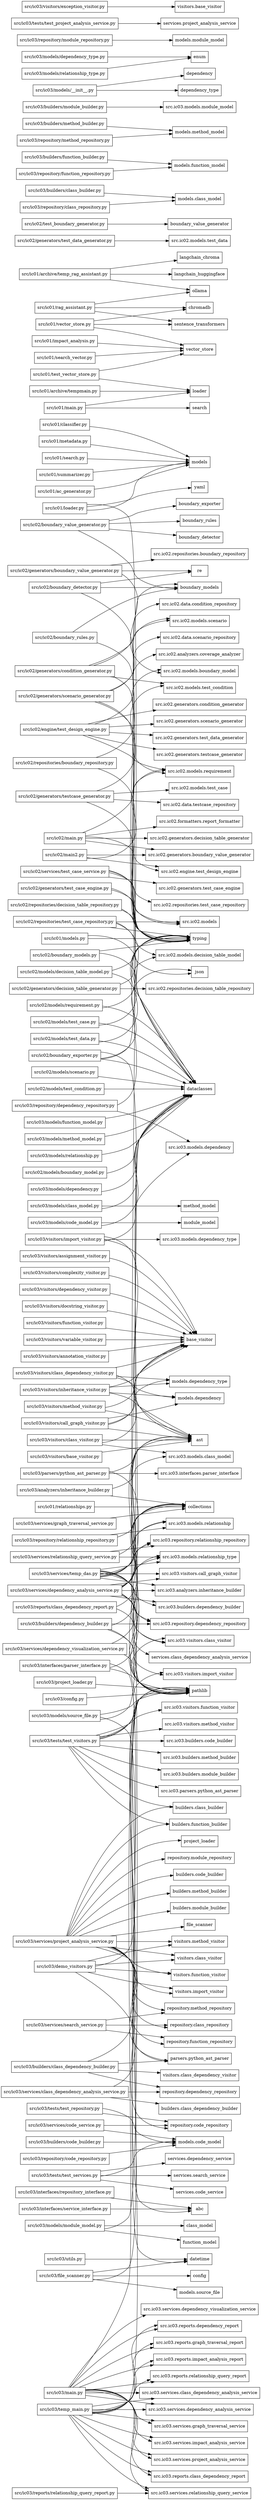
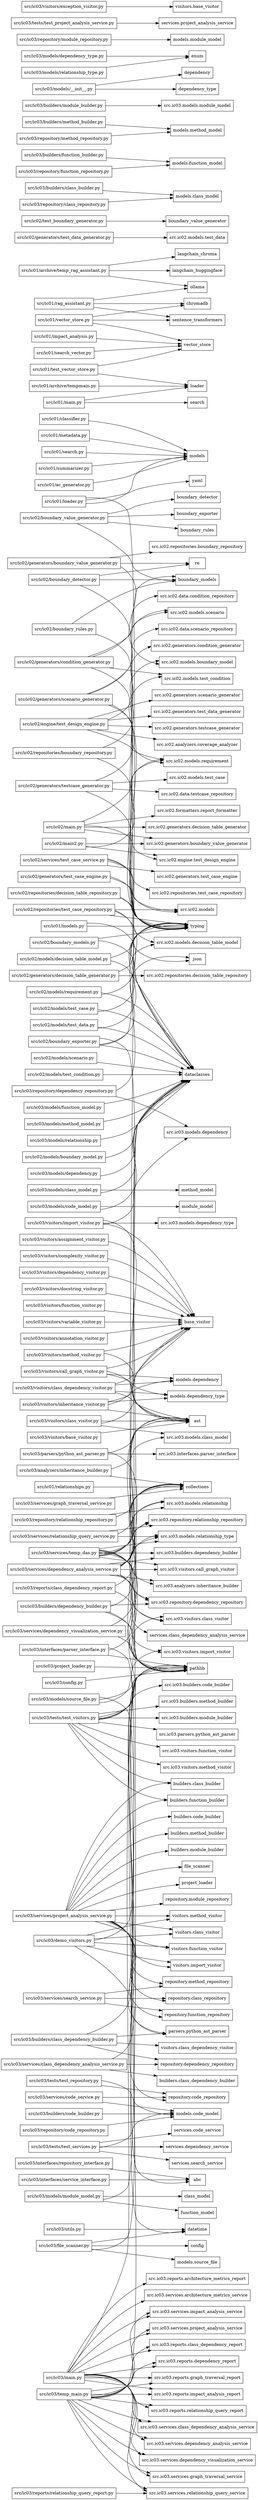
digraph "Module Dependency Graph" {
    rankdir=LR;
    node [shape=box];

    "src/ic01/ac_generator.py" -> "models";
    "src/ic01/archive/temp_rag_assistant.py" -> "langchain_chroma";
    "src/ic01/archive/temp_rag_assistant.py" -> "langchain_huggingface";
    "src/ic01/archive/temp_rag_assistant.py" -> "ollama";
    "src/ic01/archive/tempmain.py" -> "loader";
    "src/ic01/classifier.py" -> "models";
    "src/ic01/impact_analysis.py" -> "vector_store";
    "src/ic01/loader.py" -> "models";
    "src/ic01/loader.py" -> "pathlib";
    "src/ic01/loader.py" -> "yaml";
    "src/ic01/main.py" -> "loader";
    "src/ic01/main.py" -> "search";
    "src/ic01/metadata.py" -> "models";
    "src/ic01/models.py" -> "dataclasses";
    "src/ic01/models.py" -> "typing";
    "src/ic01/rag_assistant.py" -> "chromadb";
    "src/ic01/rag_assistant.py" -> "ollama";
    "src/ic01/rag_assistant.py" -> "sentence_transformers";
    "src/ic01/relationships.py" -> "collections";
    "src/ic01/search.py" -> "models";
    "src/ic01/search_vector.py" -> "vector_store";
    "src/ic01/summarizer.py" -> "models";
    "src/ic01/test_vector_store.py" -> "loader";
    "src/ic01/test_vector_store.py" -> "vector_store";
    "src/ic01/vector_store.py" -> "chromadb";
    "src/ic01/vector_store.py" -> "sentence_transformers";
    "src/ic01/vector_store.py" -> "vector_store";
    "src/ic02/boundary_detector.py" -> "boundary_models";
    "src/ic02/boundary_detector.py" -> "re";
    "src/ic02/boundary_detector.py" -> "typing";
    "src/ic02/boundary_exporter.py" -> "boundary_models";
    "src/ic02/boundary_exporter.py" -> "dataclasses";
    "src/ic02/boundary_exporter.py" -> "json";
    "src/ic02/boundary_exporter.py" -> "pathlib";
    "src/ic02/boundary_models.py" -> "dataclasses";
    "src/ic02/boundary_models.py" -> "typing";
    "src/ic02/boundary_rules.py" -> "boundary_models";
    "src/ic02/boundary_rules.py" -> "typing";
    "src/ic02/boundary_value_generator.py" -> "boundary_detector";
    "src/ic02/boundary_value_generator.py" -> "boundary_exporter";
    "src/ic02/boundary_value_generator.py" -> "boundary_models";
    "src/ic02/boundary_value_generator.py" -> "boundary_rules";
    "src/ic02/engine/test_design_engine.py" -> "src.ic02.analyzers.coverage_analyzer";
    "src/ic02/engine/test_design_engine.py" -> "src.ic02.generators.condition_generator";
    "src/ic02/engine/test_design_engine.py" -> "src.ic02.generators.scenario_generator";
    "src/ic02/engine/test_design_engine.py" -> "src.ic02.generators.test_data_generator";
    "src/ic02/engine/test_design_engine.py" -> "src.ic02.generators.testcase_generator";
    "src/ic02/engine/test_design_engine.py" -> "src.ic02.models.requirement";
    "src/ic02/generators/boundary_value_generator.py" -> "re";
    "src/ic02/generators/boundary_value_generator.py" -> "src.ic02.models.boundary_model";
    "src/ic02/generators/boundary_value_generator.py" -> "src.ic02.repositories.boundary_repository";
    "src/ic02/generators/condition_generator.py" -> "src.ic02.data.condition_repository";
    "src/ic02/generators/condition_generator.py" -> "src.ic02.models.scenario";
    "src/ic02/generators/condition_generator.py" -> "src.ic02.models.test_condition";
    "src/ic02/generators/condition_generator.py" -> "typing";
    "src/ic02/generators/decision_table_generator.py" -> "src.ic02.models.decision_table_model";
    "src/ic02/generators/decision_table_generator.py" -> "src.ic02.repositories.decision_table_repository";
    "src/ic02/generators/scenario_generator.py" -> "src.ic02.data.scenario_repository";
    "src/ic02/generators/scenario_generator.py" -> "src.ic02.models.requirement";
    "src/ic02/generators/scenario_generator.py" -> "src.ic02.models.scenario";
    "src/ic02/generators/scenario_generator.py" -> "typing";
    "src/ic02/generators/test_case_engine.py" -> "src.ic02.models";
    "src/ic02/generators/test_case_engine.py" -> "typing";
    "src/ic02/generators/test_data_generator.py" -> "src.ic02.models.test_data";
    "src/ic02/generators/testcase_generator.py" -> "src.ic02.data.testcase_repository";
    "src/ic02/generators/testcase_generator.py" -> "src.ic02.models.test_case";
    "src/ic02/generators/testcase_generator.py" -> "src.ic02.models.test_condition";
    "src/ic02/generators/testcase_generator.py" -> "typing";
    "src/ic02/main.py" -> "src.ic02.engine.test_design_engine";
    "src/ic02/main.py" -> "src.ic02.formatters.report_formatter";
    "src/ic02/main.py" -> "src.ic02.generators.boundary_value_generator";
    "src/ic02/main.py" -> "src.ic02.generators.decision_table_generator";
    "src/ic02/main.py" -> "src.ic02.models.requirement";
    "src/ic02/main2.py" -> "src.ic02.engine.test_design_engine";
    "src/ic02/main2.py" -> "src.ic02.generators.boundary_value_generator";
    "src/ic02/main2.py" -> "src.ic02.models.requirement";
    "src/ic02/models/boundary_model.py" -> "dataclasses";
    "src/ic02/models/decision_table_model.py" -> "dataclasses";
    "src/ic02/models/decision_table_model.py" -> "typing";
    "src/ic02/models/requirement.py" -> "dataclasses";
    "src/ic02/models/requirement.py" -> "typing";
    "src/ic02/models/scenario.py" -> "dataclasses";
    "src/ic02/models/test_case.py" -> "dataclasses";
    "src/ic02/models/test_case.py" -> "typing";
    "src/ic02/models/test_condition.py" -> "dataclasses";
    "src/ic02/models/test_data.py" -> "dataclasses";
    "src/ic02/models/test_data.py" -> "typing";
    "src/ic02/repositories/boundary_repository.py" -> "src.ic02.models.boundary_model";
    "src/ic02/repositories/boundary_repository.py" -> "typing";
    "src/ic02/repositories/decision_table_repository.py" -> "src.ic02.models.decision_table_model";
    "src/ic02/repositories/decision_table_repository.py" -> "typing";
    "src/ic02/repositories/test_case_repository.py" -> "dataclasses";
    "src/ic02/repositories/test_case_repository.py" -> "json";
    "src/ic02/repositories/test_case_repository.py" -> "src.ic02.models";
    "src/ic02/repositories/test_case_repository.py" -> "typing";
    "src/ic02/services/test_case_service.py" -> "src.ic02.generators.test_case_engine";
    "src/ic02/services/test_case_service.py" -> "src.ic02.models";
    "src/ic02/services/test_case_service.py" -> "src.ic02.repositories.test_case_repository";
    "src/ic02/services/test_case_service.py" -> "typing";
    "src/ic02/test_boundary_generator.py" -> "boundary_value_generator";
    "src/ic03/analyzers/inheritance_builder.py" -> "collections";
    "src/ic03/analyzers/inheritance_builder.py" -> "src.ic03.models.class_model";
    "src/ic03/builders/class_builder.py" -> "models.class_model";
    "src/ic03/builders/class_dependency_builder.py" -> "parsers.python_ast_parser";
    "src/ic03/builders/class_dependency_builder.py" -> "pathlib";
    "src/ic03/builders/class_dependency_builder.py" -> "repository.dependency_repository";
    "src/ic03/builders/class_dependency_builder.py" -> "visitors.class_dependency_visitor";
    "src/ic03/builders/code_builder.py" -> "models.code_model";
    "src/ic03/builders/dependency_builder.py" -> "ast";
    "src/ic03/builders/dependency_builder.py" -> "pathlib";
    "src/ic03/builders/dependency_builder.py" -> "src.ic03.repository.dependency_repository";
    "src/ic03/builders/dependency_builder.py" -> "src.ic03.visitors.import_visitor";
    "src/ic03/builders/function_builder.py" -> "models.function_model";
    "src/ic03/builders/method_builder.py" -> "models.method_model";
    "src/ic03/builders/module_builder.py" -> "src.ic03.models.module_model";
    "src/ic03/config.py" -> "pathlib";
    "src/ic03/demo_visitors.py" -> "parsers.python_ast_parser";
    "src/ic03/demo_visitors.py" -> "pathlib";
    "src/ic03/demo_visitors.py" -> "visitors.class_visitor";
    "src/ic03/demo_visitors.py" -> "visitors.function_visitor";
    "src/ic03/demo_visitors.py" -> "visitors.import_visitor";
    "src/ic03/demo_visitors.py" -> "visitors.method_visitor";
    "src/ic03/file_scanner.py" -> "config";
    "src/ic03/file_scanner.py" -> "datetime";
    "src/ic03/file_scanner.py" -> "models.source_file";
    "src/ic03/file_scanner.py" -> "pathlib";
    "src/ic03/interfaces/parser_interface.py" -> "abc";
    "src/ic03/interfaces/parser_interface.py" -> "ast";
    "src/ic03/interfaces/parser_interface.py" -> "pathlib";
    "src/ic03/interfaces/repository_interface.py" -> "abc";
    "src/ic03/interfaces/service_interface.py" -> "abc";
    "src/ic03/main.py" -> "pathlib";
+     "src/ic03/main.py" -> "src.ic03.reports.architecture_metrics_report";
    "src/ic03/main.py" -> "src.ic03.reports.class_dependency_report";
    "src/ic03/main.py" -> "src.ic03.reports.dependency_report";
    "src/ic03/main.py" -> "src.ic03.reports.graph_traversal_report";
    "src/ic03/main.py" -> "src.ic03.reports.impact_analysis_report";
    "src/ic03/main.py" -> "src.ic03.reports.relationship_query_report";
+     "src/ic03/main.py" -> "src.ic03.services.architecture_metrics_service";
    "src/ic03/main.py" -> "src.ic03.services.class_dependency_analysis_service";
    "src/ic03/main.py" -> "src.ic03.services.dependency_analysis_service";
    "src/ic03/main.py" -> "src.ic03.services.dependency_visualization_service";
    "src/ic03/main.py" -> "src.ic03.services.graph_traversal_service";
    "src/ic03/main.py" -> "src.ic03.services.impact_analysis_service";
    "src/ic03/main.py" -> "src.ic03.services.project_analysis_service";
    "src/ic03/main.py" -> "src.ic03.services.relationship_query_service";
    "src/ic03/models/__init__.py" -> "dependency";
    "src/ic03/models/__init__.py" -> "dependency_type";
    "src/ic03/models/class_model.py" -> "dataclasses";
    "src/ic03/models/class_model.py" -> "method_model";
    "src/ic03/models/code_model.py" -> "dataclasses";
    "src/ic03/models/code_model.py" -> "module_model";
    "src/ic03/models/dependency.py" -> "dataclasses";
    "src/ic03/models/dependency_type.py" -> "enum";
    "src/ic03/models/function_model.py" -> "dataclasses";
    "src/ic03/models/method_model.py" -> "dataclasses";
    "src/ic03/models/module_model.py" -> "class_model";
    "src/ic03/models/module_model.py" -> "dataclasses";
    "src/ic03/models/module_model.py" -> "function_model";
    "src/ic03/models/relationship.py" -> "dataclasses";
    "src/ic03/models/relationship_type.py" -> "enum";
    "src/ic03/models/source_file.py" -> "dataclasses";
    "src/ic03/models/source_file.py" -> "datetime";
    "src/ic03/models/source_file.py" -> "pathlib";
    "src/ic03/parsers/python_ast_parser.py" -> "ast";
    "src/ic03/parsers/python_ast_parser.py" -> "pathlib";
    "src/ic03/parsers/python_ast_parser.py" -> "src.ic03.interfaces.parser_interface";
    "src/ic03/project_loader.py" -> "pathlib";
    "src/ic03/reports/class_dependency_report.py" -> "collections";
    "src/ic03/reports/class_dependency_report.py" -> "services.class_dependency_analysis_service";
    "src/ic03/reports/relationship_query_report.py" -> "src.ic03.services.relationship_query_service";
    "src/ic03/repository/class_repository.py" -> "models.class_model";
    "src/ic03/repository/code_repository.py" -> "models.code_model";
    "src/ic03/repository/dependency_repository.py" -> "src.ic03.models.dependency";
    "src/ic03/repository/dependency_repository.py" -> "typing";
    "src/ic03/repository/function_repository.py" -> "models.function_model";
    "src/ic03/repository/method_repository.py" -> "models.method_model";
    "src/ic03/repository/module_repository.py" -> "models.module_model";
    "src/ic03/repository/relationship_repository.py" -> "collections";
    "src/ic03/repository/relationship_repository.py" -> "src.ic03.models.relationship";
    "src/ic03/services/class_dependency_analysis_service.py" -> "builders.class_dependency_builder";
    "src/ic03/services/class_dependency_analysis_service.py" -> "pathlib";
    "src/ic03/services/class_dependency_analysis_service.py" -> "repository.dependency_repository";
    "src/ic03/services/code_service.py" -> "models.code_model";
    "src/ic03/services/code_service.py" -> "repository.code_repository";
    "src/ic03/services/dependency_analysis_service.py" -> "ast";
    "src/ic03/services/dependency_analysis_service.py" -> "collections";
    "src/ic03/services/dependency_analysis_service.py" -> "pathlib";
    "src/ic03/services/dependency_analysis_service.py" -> "src.ic03.analyzers.inheritance_builder";
    "src/ic03/services/dependency_analysis_service.py" -> "src.ic03.builders.dependency_builder";
    "src/ic03/services/dependency_analysis_service.py" -> "src.ic03.models.relationship";
    "src/ic03/services/dependency_analysis_service.py" -> "src.ic03.models.relationship_type";
    "src/ic03/services/dependency_analysis_service.py" -> "src.ic03.repository.dependency_repository";
    "src/ic03/services/dependency_analysis_service.py" -> "src.ic03.repository.relationship_repository";
    "src/ic03/services/dependency_analysis_service.py" -> "src.ic03.visitors.call_graph_visitor";
    "src/ic03/services/dependency_analysis_service.py" -> "src.ic03.visitors.class_visitor";
    "src/ic03/services/dependency_visualization_service.py" -> "pathlib";
    "src/ic03/services/dependency_visualization_service.py" -> "src.ic03.models.relationship_type";
    "src/ic03/services/graph_traversal_service.py" -> "collections";
    "src/ic03/services/project_analysis_service.py" -> "builders.class_builder";
    "src/ic03/services/project_analysis_service.py" -> "builders.code_builder";
    "src/ic03/services/project_analysis_service.py" -> "builders.function_builder";
    "src/ic03/services/project_analysis_service.py" -> "builders.method_builder";
    "src/ic03/services/project_analysis_service.py" -> "builders.module_builder";
    "src/ic03/services/project_analysis_service.py" -> "file_scanner";
    "src/ic03/services/project_analysis_service.py" -> "parsers.python_ast_parser";
    "src/ic03/services/project_analysis_service.py" -> "project_loader";
    "src/ic03/services/project_analysis_service.py" -> "repository.class_repository";
    "src/ic03/services/project_analysis_service.py" -> "repository.code_repository";
    "src/ic03/services/project_analysis_service.py" -> "repository.function_repository";
    "src/ic03/services/project_analysis_service.py" -> "repository.method_repository";
    "src/ic03/services/project_analysis_service.py" -> "repository.module_repository";
    "src/ic03/services/project_analysis_service.py" -> "visitors.class_visitor";
    "src/ic03/services/project_analysis_service.py" -> "visitors.function_visitor";
    "src/ic03/services/project_analysis_service.py" -> "visitors.import_visitor";
    "src/ic03/services/project_analysis_service.py" -> "visitors.method_visitor";
    "src/ic03/services/relationship_query_service.py" -> "collections";
    "src/ic03/services/relationship_query_service.py" -> "src.ic03.models.relationship_type";
    "src/ic03/services/relationship_query_service.py" -> "src.ic03.repository.relationship_repository";
    "src/ic03/services/search_service.py" -> "repository.class_repository";
    "src/ic03/services/search_service.py" -> "repository.function_repository";
    "src/ic03/services/search_service.py" -> "repository.method_repository";
    "src/ic03/services/temp_das.py" -> "ast";
    "src/ic03/services/temp_das.py" -> "collections";
    "src/ic03/services/temp_das.py" -> "pathlib";
    "src/ic03/services/temp_das.py" -> "src.ic03.analyzers.inheritance_builder";
    "src/ic03/services/temp_das.py" -> "src.ic03.builders.dependency_builder";
    "src/ic03/services/temp_das.py" -> "src.ic03.models.relationship";
    "src/ic03/services/temp_das.py" -> "src.ic03.models.relationship_type";
    "src/ic03/services/temp_das.py" -> "src.ic03.repository.dependency_repository";
    "src/ic03/services/temp_das.py" -> "src.ic03.repository.relationship_repository";
    "src/ic03/services/temp_das.py" -> "src.ic03.visitors.call_graph_visitor";
    "src/ic03/services/temp_das.py" -> "src.ic03.visitors.class_visitor";
    "src/ic03/temp_main.py" -> "pathlib";
    "src/ic03/temp_main.py" -> "src.ic03.reports.class_dependency_report";
    "src/ic03/temp_main.py" -> "src.ic03.reports.dependency_report";
    "src/ic03/temp_main.py" -> "src.ic03.reports.graph_traversal_report";
    "src/ic03/temp_main.py" -> "src.ic03.reports.impact_analysis_report";
    "src/ic03/temp_main.py" -> "src.ic03.reports.relationship_query_report";
    "src/ic03/temp_main.py" -> "src.ic03.services.class_dependency_analysis_service";
    "src/ic03/temp_main.py" -> "src.ic03.services.dependency_analysis_service";
+     "src/ic03/temp_main.py" -> "src.ic03.services.dependency_visualization_service";
    "src/ic03/temp_main.py" -> "src.ic03.services.graph_traversal_service";
    "src/ic03/temp_main.py" -> "src.ic03.services.impact_analysis_service";
    "src/ic03/temp_main.py" -> "src.ic03.services.project_analysis_service";
    "src/ic03/temp_main.py" -> "src.ic03.services.relationship_query_service";
    "src/ic03/tests/test_project_analysis_service.py" -> "services.project_analysis_service";
    "src/ic03/tests/test_repository.py" -> "models.code_model";
    "src/ic03/tests/test_repository.py" -> "repository.code_repository";
    "src/ic03/tests/test_services.py" -> "models.code_model";
    "src/ic03/tests/test_services.py" -> "services.code_service";
    "src/ic03/tests/test_services.py" -> "services.dependency_service";
    "src/ic03/tests/test_services.py" -> "services.search_service";
    "src/ic03/tests/test_visitors.py" -> "builders.class_builder";
    "src/ic03/tests/test_visitors.py" -> "builders.function_builder";
    "src/ic03/tests/test_visitors.py" -> "pathlib";
    "src/ic03/tests/test_visitors.py" -> "src.ic03.builders.code_builder";
    "src/ic03/tests/test_visitors.py" -> "src.ic03.builders.method_builder";
    "src/ic03/tests/test_visitors.py" -> "src.ic03.builders.module_builder";
    "src/ic03/tests/test_visitors.py" -> "src.ic03.parsers.python_ast_parser";
    "src/ic03/tests/test_visitors.py" -> "src.ic03.visitors.class_visitor";
    "src/ic03/tests/test_visitors.py" -> "src.ic03.visitors.function_visitor";
    "src/ic03/tests/test_visitors.py" -> "src.ic03.visitors.import_visitor";
    "src/ic03/tests/test_visitors.py" -> "src.ic03.visitors.method_visitor";
    "src/ic03/utils.py" -> "datetime";
    "src/ic03/visitors/annotation_visitor.py" -> "base_visitor";
    "src/ic03/visitors/assignment_visitor.py" -> "base_visitor";
    "src/ic03/visitors/base_visitor.py" -> "ast";
    "src/ic03/visitors/call_graph_visitor.py" -> "ast";
    "src/ic03/visitors/call_graph_visitor.py" -> "base_visitor";
    "src/ic03/visitors/call_graph_visitor.py" -> "models.dependency";
    "src/ic03/visitors/call_graph_visitor.py" -> "models.dependency_type";
    "src/ic03/visitors/class_dependency_visitor.py" -> "ast";
    "src/ic03/visitors/class_dependency_visitor.py" -> "base_visitor";
    "src/ic03/visitors/class_dependency_visitor.py" -> "models.dependency";
    "src/ic03/visitors/class_dependency_visitor.py" -> "models.dependency_type";
    "src/ic03/visitors/class_visitor.py" -> "ast";
    "src/ic03/visitors/class_visitor.py" -> "base_visitor";
    "src/ic03/visitors/class_visitor.py" -> "src.ic03.models.class_model";
    "src/ic03/visitors/complexity_visitor.py" -> "base_visitor";
    "src/ic03/visitors/dependency_visitor.py" -> "base_visitor";
    "src/ic03/visitors/docstring_visitor.py" -> "base_visitor";
    "src/ic03/visitors/exception_visitor.py" -> "visitors.base_visitor";
    "src/ic03/visitors/function_visitor.py" -> "base_visitor";
    "src/ic03/visitors/import_visitor.py" -> "ast";
    "src/ic03/visitors/import_visitor.py" -> "base_visitor";
    "src/ic03/visitors/import_visitor.py" -> "src.ic03.models.dependency";
    "src/ic03/visitors/import_visitor.py" -> "src.ic03.models.dependency_type";
    "src/ic03/visitors/inheritance_visitor.py" -> "ast";
    "src/ic03/visitors/inheritance_visitor.py" -> "base_visitor";
    "src/ic03/visitors/inheritance_visitor.py" -> "models.dependency";
    "src/ic03/visitors/inheritance_visitor.py" -> "models.dependency_type";
    "src/ic03/visitors/method_visitor.py" -> "ast";
    "src/ic03/visitors/method_visitor.py" -> "base_visitor";
    "src/ic03/visitors/variable_visitor.py" -> "base_visitor";
}
